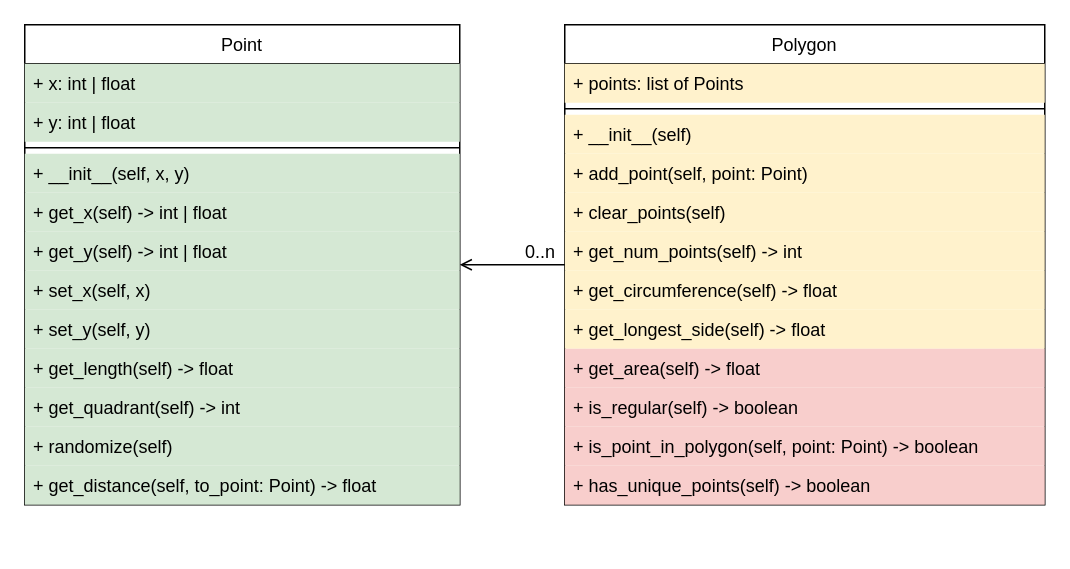
Earlier version of the draw.io diagram exercises/A03.2/A03.2.drawio (BBBelektronik/HST-Python). Source tidied: cells renumbered, new cells numbered last; positions are measured from the earlier drawing's top-left corner, leaving out a move shared by most shapes. Both pictures are drawn from the tidied source at 150%, with x=0, y=0 at pixel (24, 24).
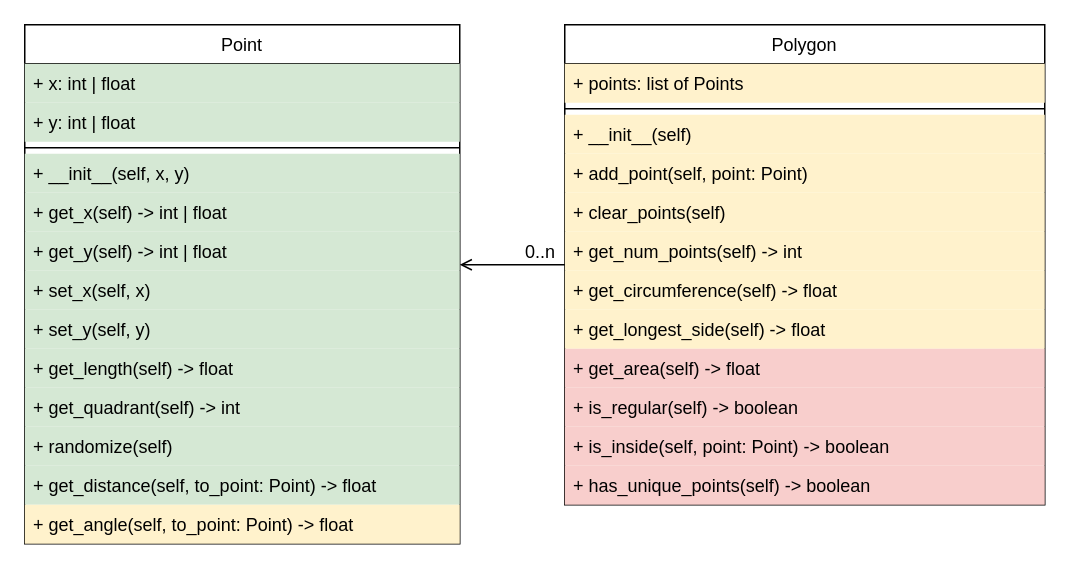
The same diagram, later.

Unchanged cells that the change refers to:
```xml
<mxCell id="2" value="Polygon" style="swimlane;fontStyle=0;align=center;verticalAlign=top;horizontal=1;startSize=26;rounded=0;shadow=0;strokeWidth=1;" parent="1" vertex="1">
  <mxGeometry x="360" width="320" height="320" as="geometry" />
</mxCell>
```

What changed in the source:
```diff
@@
-    <mxCell id="13" value="+ is_point_in_polygon(self, point: Point) -&gt; boolean" style="text;align=left;verticalAlign=top;spacingLeft=4;spacingRight=4;overflow=hidden;fillColor=#F8CECC;strokeColor=none;" parent="2" vertex="1">
+    <mxCell id="13" value="+ is_inside(self, point: Point) -&gt; boolean" style="text;align=left;verticalAlign=top;spacingLeft=4;spacingRight=4;overflow=hidden;fillColor=#F8CECC;strokeColor=none;" parent="2" vertex="1">
       <mxGeometry y="268" width="320" height="26" as="geometry" />
     </mxCell>
@@
     <mxCell id="17" value="Point" style="swimlane;fontStyle=0;align=center;verticalAlign=top;horizontal=1;startSize=26;rounded=0;shadow=0;strokeWidth=1;" parent="1" vertex="1">
-      <mxGeometry width="290" height="320" as="geometry" />
+      <mxGeometry width="290" height="346" as="geometry" />
     </mxCell>
@@
+    <mxCell id="30" value="+ get_angle(self, to_point: Point) -&gt; float" style="text;align=left;verticalAlign=top;spacingLeft=4;spacingRight=4;overflow=hidden;fillColor=#fff2cc;strokeColor=none;" parent="17" vertex="1">
+      <mxGeometry y="320" width="290" height="26" as="geometry" />
+    </mxCell>
```
